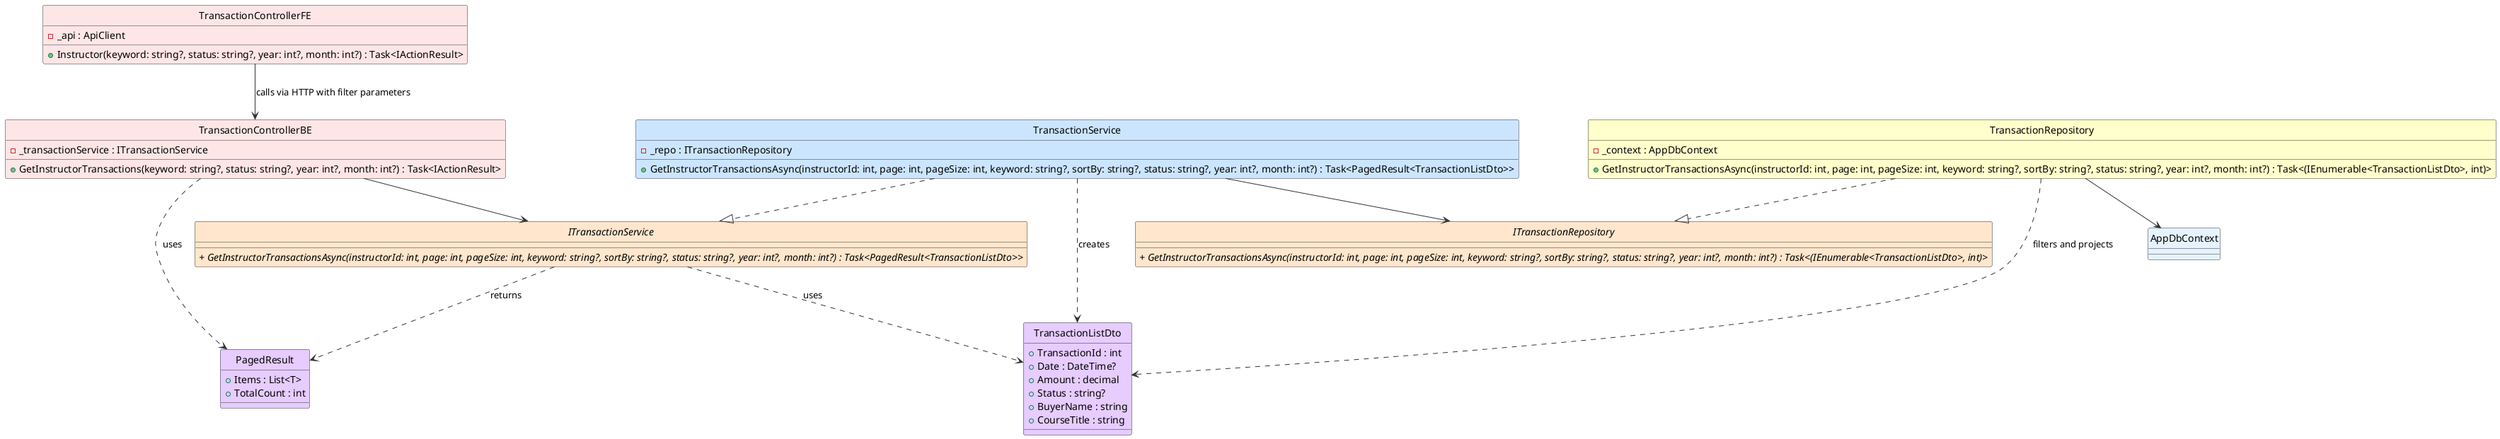
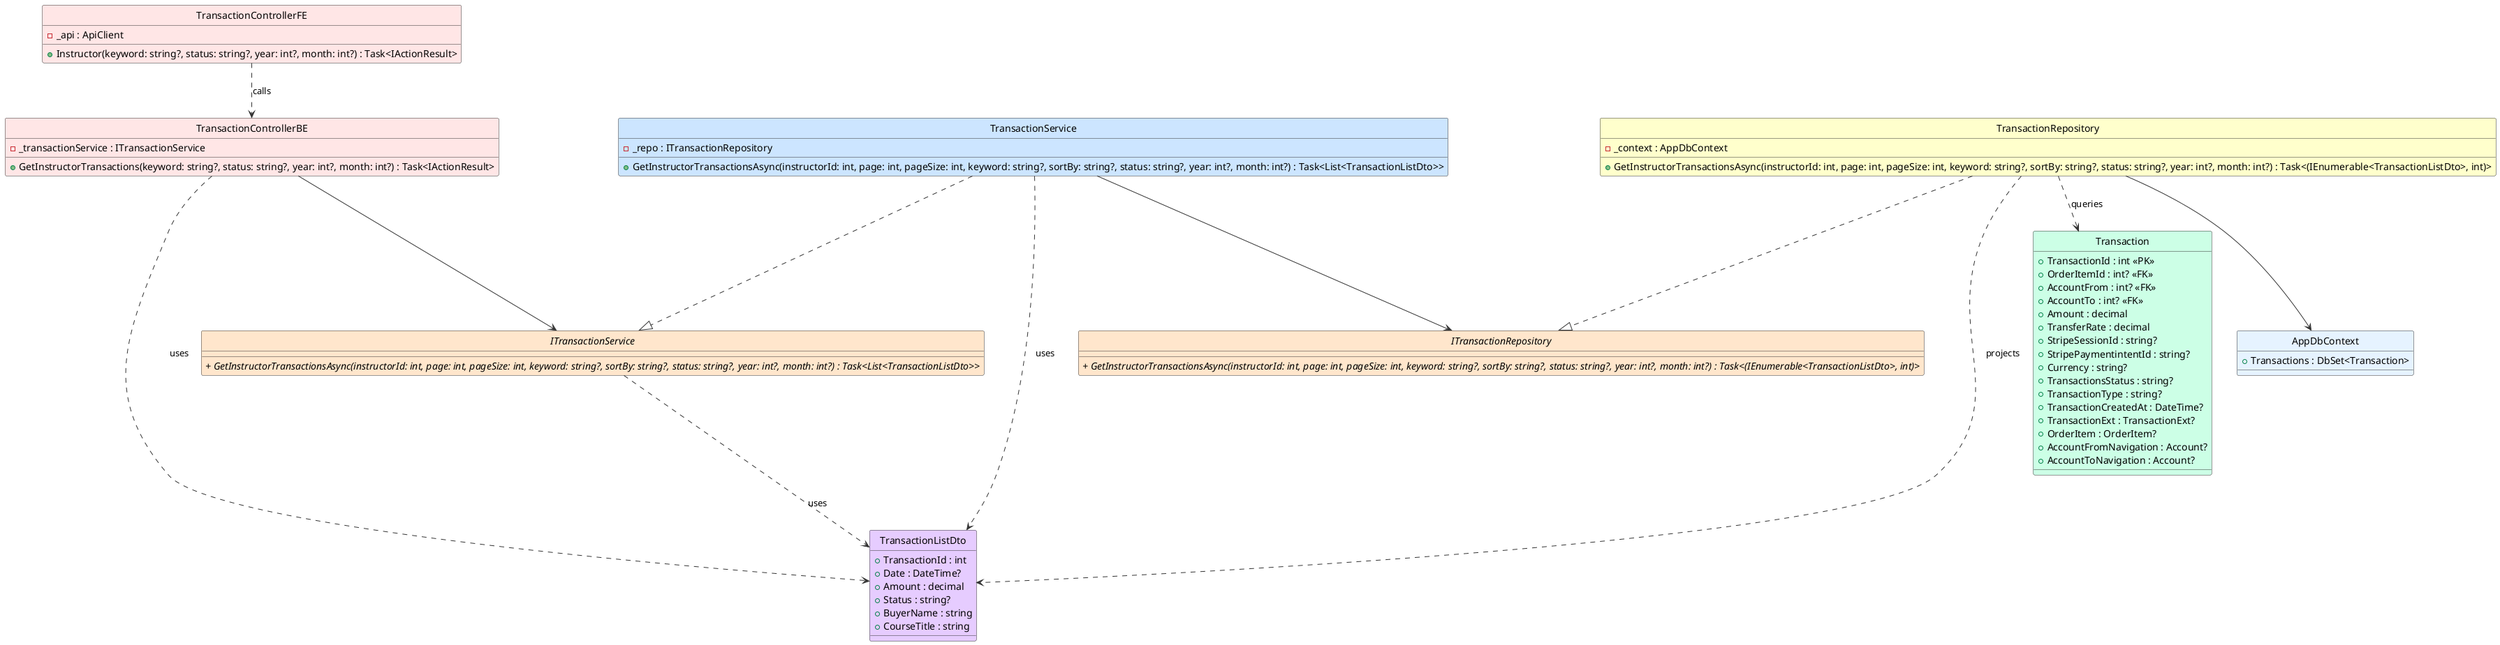
@startuml FilterTransactionHistory_ClassDiagram

' Styling & Settings
skinparam style strictuml
skinparam shadowing false
skinparam class {
    BackgroundColor White
    BorderColor #1A73E8
    ArrowColor #5F6368
}

!define ABSTRACT_COLOR #FFE6CC
!define SERVICE_COLOR #CCE5FF
!define DTO_COLOR #E6CCFF
+ !define ENTITY_COLOR #CCFFE6
!define REPOSITORY_COLOR #FFFFCC
!define CONTROLLER_COLOR #FFE6E6
- !define DbContext #E6F3FF

skinparam backgroundColor #FFFFFF
skinparam classBackgroundColor #F9F9F9
skinparam classBorderColor #333333
skinparam arrowColor #333333

' ==================== FRONTEND ====================

class TransactionControllerFE #FFE6E6 {
    - _api : ApiClient
    + Instructor(keyword: string?, status: string?, year: int?, month: int?) : Task<IActionResult>
}

' ==================== BACKEND - CONTROLLER ====================

class TransactionControllerBE #FFE6E6 {
    - _transactionService : ITransactionService
    + GetInstructorTransactions(keyword: string?, status: string?, year: int?, month: int?) : Task<IActionResult>
}

' ==================== BACKEND - DTOs ====================

class TransactionListDto #E6CCFF {
    + TransactionId : int
    + Date : DateTime?
    + Amount : decimal
    + Status : string?
    + BuyerName : string
    + CourseTitle : string
}

- class PagedResult #E6CCFF {
-     + Items : List<T>
-     + TotalCount : int
+ ' ==================== BACKEND - DOMAIN ENTITIES ====================
+ 
+ class Transaction #CCFFE6 {
+     + TransactionId : int <<PK>>
+     + OrderItemId : int? <<FK>>
+     + AccountFrom : int? <<FK>>
+     + AccountTo : int? <<FK>>
+     + Amount : decimal
+     + TransferRate : decimal
+     + StripeSessionId : string?
+     + StripePaymentintentId : string?
+     + Currency : string?
+     + TransactionsStatus : string?
+     + TransactionType : string?
+     + TransactionCreatedAt : DateTime?
+     + TransactionExt : TransactionExt?
+     + OrderItem : OrderItem?
+     + AccountFromNavigation : Account?
+     + AccountToNavigation : Account?
}

' ==================== BACKEND - SERVICE INTERFACES ====================

interface ITransactionService #FFE6CC {
-     //+ GetInstructorTransactionsAsync(instructorId: int, page: int, pageSize: int, keyword: string?, sortBy: string?, status: string?, year: int?, month: int?) : Task<PagedResult<TransactionListDto>>//
+     //+ GetInstructorTransactionsAsync(instructorId: int, page: int, pageSize: int, keyword: string?, sortBy: string?, status: string?, year: int?, month: int?) : Task<List<TransactionListDto>>//
}

' ==================== BACKEND - REPOSITORY INTERFACES ====================

interface ITransactionRepository #FFE6CC {
    //+ GetInstructorTransactionsAsync(instructorId: int, page: int, pageSize: int, keyword: string?, sortBy: string?, status: string?, year: int?, month: int?) : Task<(IEnumerable<TransactionListDto>, int)>//
}

' ==================== BACKEND - SERVICE IMPLEMENTATION ====================

class TransactionService #CCE5FF {
    - _repo : ITransactionRepository
-     + GetInstructorTransactionsAsync(instructorId: int, page: int, pageSize: int, keyword: string?, sortBy: string?, status: string?, year: int?, month: int?) : Task<PagedResult<TransactionListDto>>
+     + GetInstructorTransactionsAsync(instructorId: int, page: int, pageSize: int, keyword: string?, sortBy: string?, status: string?, year: int?, month: int?) : Task<List<TransactionListDto>>
}

' ==================== BACKEND - REPOSITORY IMPLEMENTATION ====================

class TransactionRepository #FFFFCC {
    - _context : AppDbContext
    + GetInstructorTransactionsAsync(instructorId: int, page: int, pageSize: int, keyword: string?, sortBy: string?, status: string?, year: int?, month: int?) : Task<(IEnumerable<TransactionListDto>, int)>
}

' ==================== BACKEND - DbContext ====================

class AppDbContext #E6F3FF {
+     + Transactions : DbSet<Transaction>
}

' ==================== RELATIONSHIPS ====================

' === UNIDIRECTIONAL ASSOCIATION ===
- TransactionControllerFE --> TransactionControllerBE : calls via HTTP with filter parameters
+ TransactionControllerFE ..> TransactionControllerBE : calls
TransactionControllerBE --> ITransactionService
TransactionService --> ITransactionRepository
TransactionRepository --> AppDbContext

' === INTERFACE REALIZATION ===
TransactionService ..|> ITransactionService
TransactionRepository ..|> ITransactionRepository

' === DEPENDENCY ===
- TransactionControllerBE ..> PagedResult : uses
- ITransactionService ..> PagedResult : returns
+ TransactionControllerBE ..> TransactionListDto : uses
ITransactionService ..> TransactionListDto : uses
- TransactionService ..> TransactionListDto : creates
- TransactionRepository ..> TransactionListDto : filters and projects
+ TransactionService ..> TransactionListDto : uses
+ TransactionRepository ..> TransactionListDto : projects
+ TransactionRepository ..> Transaction : queries

@enduml
